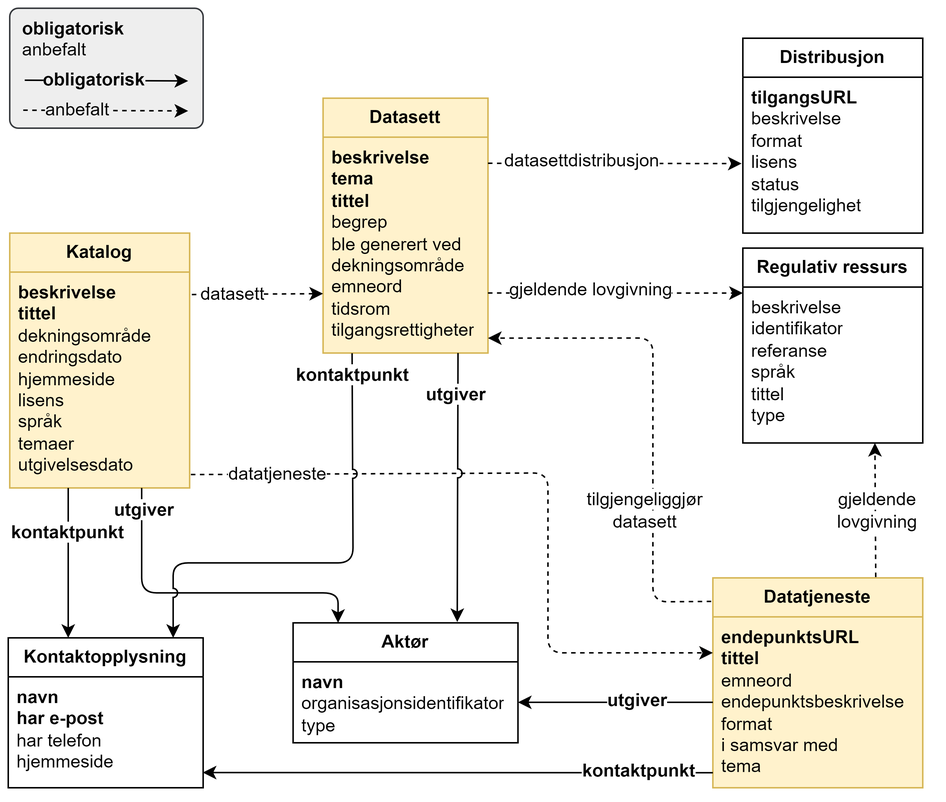
Earlier version of the draw.io export docs/images/DCAT-AP-NO-forenklet-fremstilling.png (Informasjonsforvaltning/dcat-ap-no). Source tidied: cells renumbered, new cells last; positions are measured from the earlier drawing's top-left corner, leaving out a move shared by most shapes.
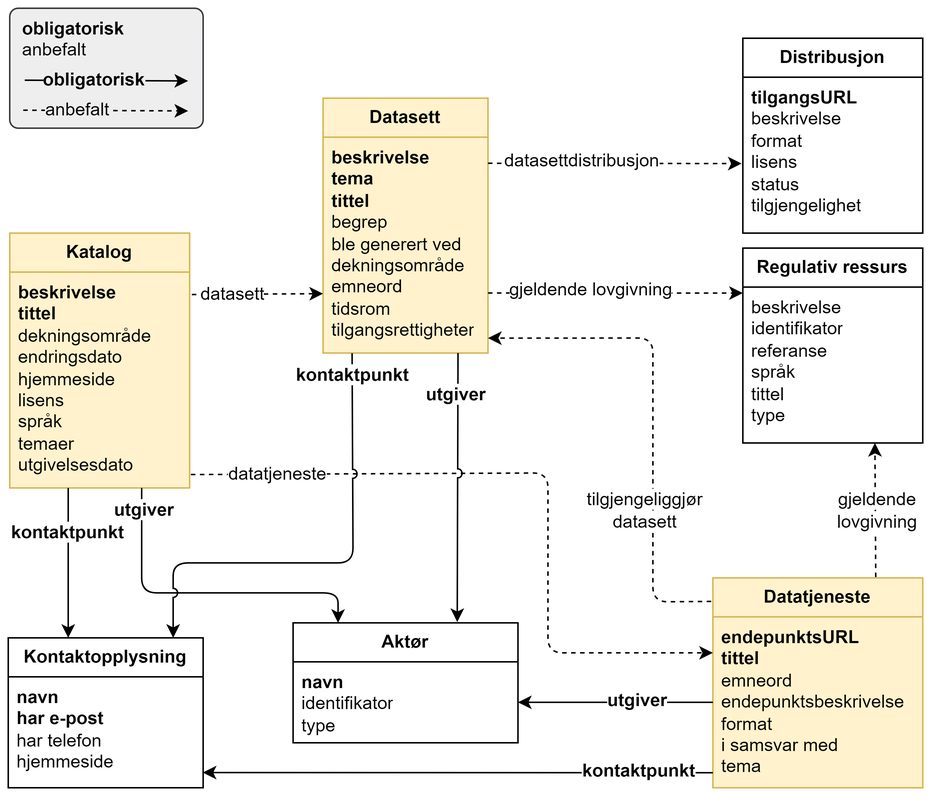
The same file after the commit.

Change to the diagram source:
```diff
@@ -26,7 +26,7 @@
     <mxCell id="8" value="&lt;b&gt;Aktør&lt;/b&gt;" style="swimlane;fontStyle=0;horizontal=1;startSize=26;fillColor=none;whiteSpace=wrap;html=1;" parent="1" vertex="1">
       <mxGeometry x="190" y="410" width="150" height="80" as="geometry" />
     </mxCell>
-    <mxCell id="9" value="&lt;div style=&quot;&quot;&gt;&lt;span style=&quot;background-color: rgb(255, 255, 255);&quot;&gt;&lt;b&gt;navn&lt;/b&gt;&lt;/span&gt;&lt;/div&gt;&lt;div style=&quot;&quot;&gt;&lt;span style=&quot;background-color: rgb(255, 255, 255);&quot;&gt;organisasjonsidentifikator&lt;/span&gt;&lt;br&gt;&lt;/div&gt;&lt;div&gt;&lt;span style=&quot;background-color: rgb(255, 255, 255);&quot;&gt;type&lt;/span&gt;&lt;/div&gt;" style="text;strokeColor=none;fillColor=none;align=left;verticalAlign=top;spacingLeft=4;spacingRight=4;overflow=hidden;points=[[0,0.5],[1,0.5]];portConstraint=eastwest;whiteSpace=wrap;html=1;" parent="8" vertex="1">
+    <mxCell id="9" value="&lt;div style=&quot;&quot;&gt;&lt;span style=&quot;background-color: rgb(255, 255, 255);&quot;&gt;&lt;b&gt;navn&lt;/b&gt;&lt;/span&gt;&lt;/div&gt;&lt;div style=&quot;&quot;&gt;&lt;span style=&quot;background-color: rgb(255, 255, 255);&quot;&gt;identifikator&lt;/span&gt;&lt;br&gt;&lt;/div&gt;&lt;div&gt;&lt;span style=&quot;background-color: rgb(255, 255, 255);&quot;&gt;type&lt;/span&gt;&lt;/div&gt;" style="text;strokeColor=none;fillColor=none;align=left;verticalAlign=top;spacingLeft=4;spacingRight=4;overflow=hidden;points=[[0,0.5],[1,0.5]];portConstraint=eastwest;whiteSpace=wrap;html=1;" parent="8" vertex="1">
       <mxGeometry y="26" width="150" height="54" as="geometry" />
     </mxCell>
     <mxCell id="10" style="endArrow=classic;html=1;rounded=1;curved=0;" parent="1" edge="1">
```
